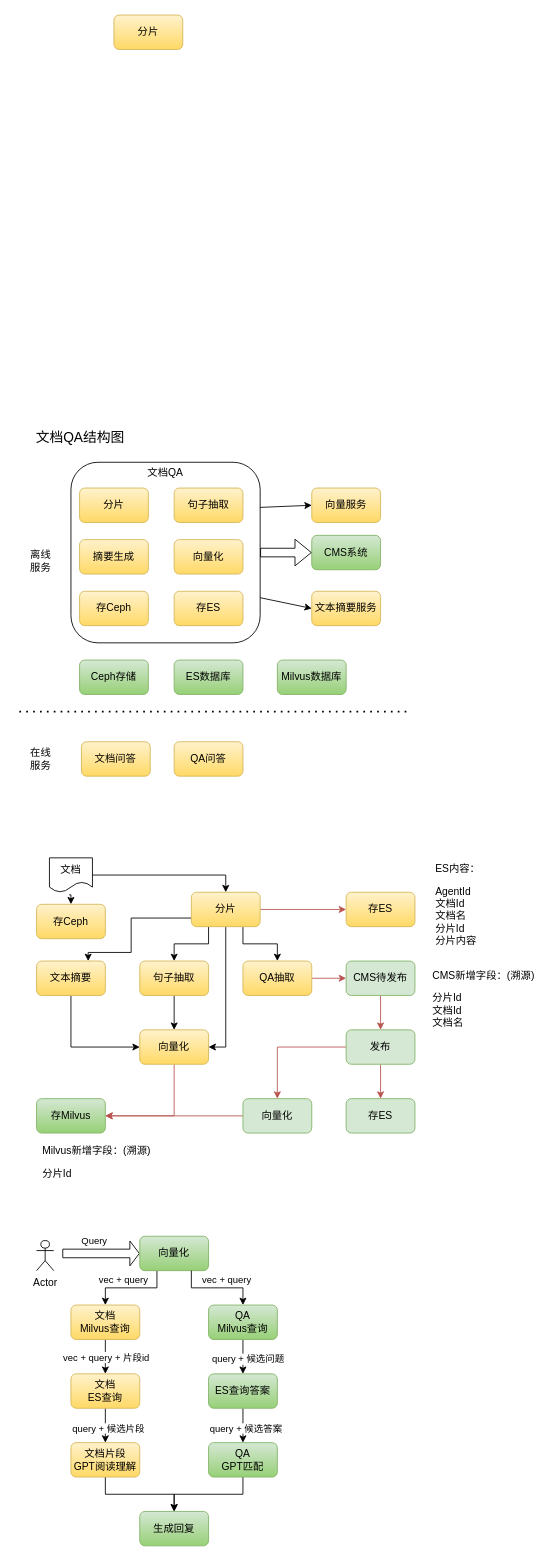
The draw.io diagram 文档QA.drawio in renzhan/drawio, before the edit. Source tidied: cells renumbered, new cells numbered last; positions are measured from the earlier drawing's top-left corner, leaving out a move shared by most shapes. Both pictures are drawn from the tidied source at 86%, with x=0, y=0 at pixel (14, 15).
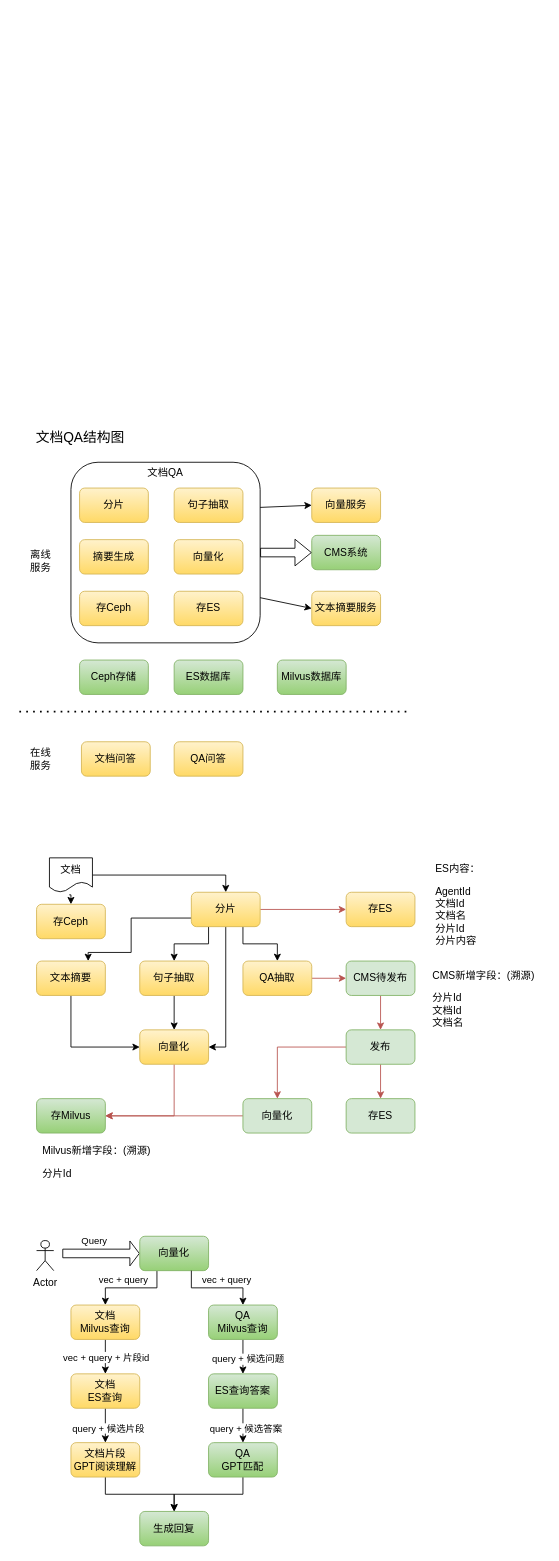
The same diagram, later.

Change to the diagram source:
```diff
@@
-    <mxCell id="60" value="分片" style="rounded=1;whiteSpace=wrap;html=1;fillColor=#fff2cc;gradientColor=#ffd966;strokeColor=#d6b656;" parent="1" vertex="1">
-      <mxGeometry x="116" width="80" height="40" as="geometry" />
-    </mxCell>
```
